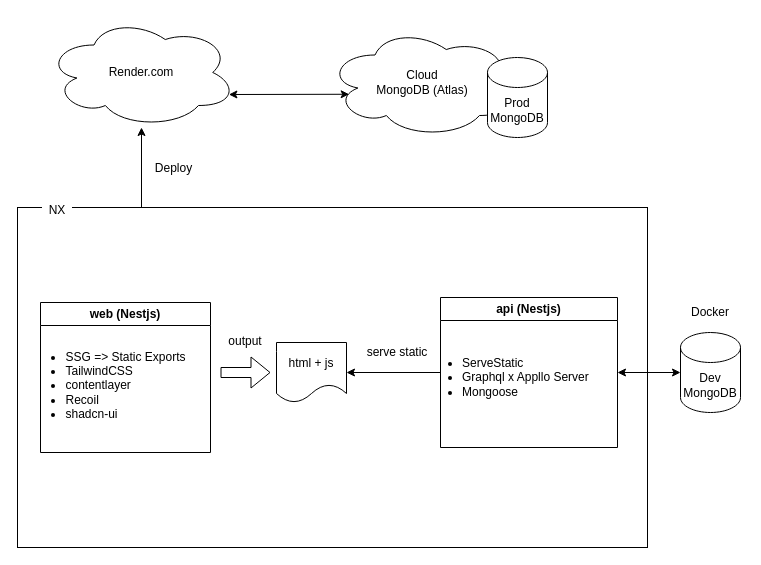
atman-33/computing-atman-v4-mk2 keeps this draw.io diagram as docs/architecture.drawio. Above is the earlier version. Source tidied: cells renumbered, new cells numbered last; positions are measured from the earlier drawing's top-left corner, leaving out a move shared by most shapes. Both pictures are drawn from the tidied source at 100%, with x=0, y=0 at pixel (17, 17).
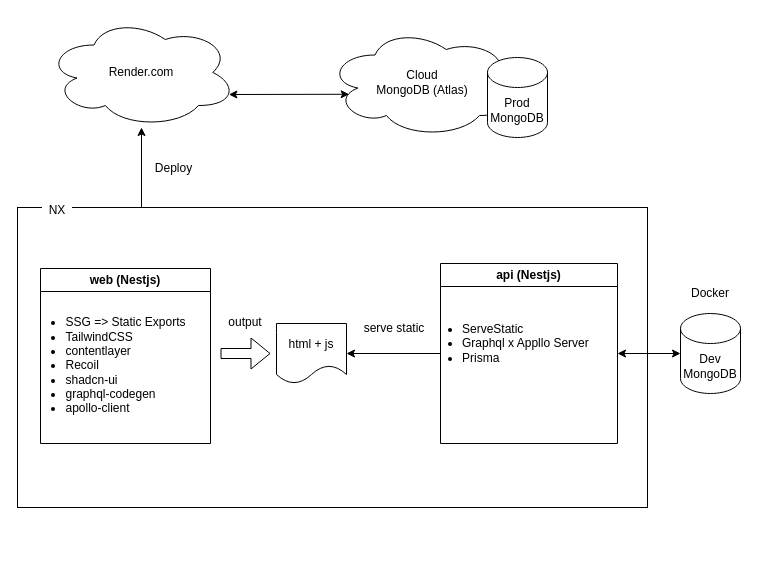
Above is the later version.

Diff of the diagram source:
```diff
@@
     <mxCell id="2" style="whiteSpace=wrap;html=1;fillColor=none;" parent="1" vertex="1">
-      <mxGeometry y="190" width="630" height="340" as="geometry" />
+      <mxGeometry y="190" width="630" height="300" as="geometry" />
     </mxCell>
@@
     <mxCell id="5" value="Dev&lt;br&gt;MongoDB" style="shape=cylinder3;whiteSpace=wrap;html=1;boundedLbl=1;backgroundOutline=1;size=15;" parent="1" vertex="1">
-      <mxGeometry x="663" y="315" width="60" height="80" as="geometry" />
+      <mxGeometry x="663" y="296" width="60" height="80" as="geometry" />
     </mxCell>
@@
     <mxCell id="9" value="&lt;span style=&quot;&quot;&gt;Docker&lt;/span&gt;" style="text;html=1;strokeColor=none;fillColor=none;align=center;verticalAlign=middle;whiteSpace=wrap;rounded=0;dashed=1;spacing=0;labelPosition=center;verticalLabelPosition=middle;labelBackgroundColor=default;" parent="1" vertex="1">
-      <mxGeometry x="660" y="275" width="66" height="40" as="geometry" />
+      <mxGeometry x="660" y="256" width="66" height="40" as="geometry" />
     </mxCell>
@@
     <mxCell id="13" value="api (Nestjs)" style="swimlane;whiteSpace=wrap;html=1;" parent="1" vertex="1">
-      <mxGeometry x="423" y="280" width="177" height="150" as="geometry" />
+      <mxGeometry x="423" y="246" width="177" height="180" as="geometry" />
     </mxCell>
-    <mxCell id="14" value="&lt;ul style=&quot;&quot;&gt;&lt;li&gt;ServeStatic&lt;/li&gt;&lt;li&gt;&lt;span style=&quot;background-color: initial;&quot;&gt;Graphql x Appllo Server&lt;/span&gt;&lt;/li&gt;&lt;li&gt;Mongoose&lt;/li&gt;&lt;/ul&gt;" style="text;html=1;align=left;verticalAlign=middle;strokeColor=none;fillColor=none;spacingLeft=-30;spacing=-10;" parent="13" vertex="1">
+    <mxCell id="14" value="&lt;ul style=&quot;&quot;&gt;&lt;li&gt;ServeStatic&lt;/li&gt;&lt;li&gt;&lt;span style=&quot;background-color: initial;&quot;&gt;Graphql x Appllo Server&lt;/span&gt;&lt;/li&gt;&lt;li&gt;Prisma&lt;/li&gt;&lt;/ul&gt;" style="text;html=1;align=left;verticalAlign=middle;strokeColor=none;fillColor=none;spacingLeft=-30;spacing=-10;" parent="13" vertex="1">
       <mxGeometry x="22" y="45" width="130" height="70" as="geometry" />
     </mxCell>
     <mxCell id="15" value="web (Nestjs)" style="swimlane;whiteSpace=wrap;html=1;" parent="1" vertex="1">
-      <mxGeometry x="23" y="285" width="170" height="150" as="geometry" />
+      <mxGeometry x="23" y="251" width="170" height="175" as="geometry" />
     </mxCell>
-    <mxCell id="16" value="&lt;ul style=&quot;text-align: left;&quot;&gt;&lt;li&gt;SSG =&amp;gt; Static Exports&lt;/li&gt;&lt;li&gt;TailwindCSS&lt;/li&gt;&lt;li&gt;contentlayer&lt;/li&gt;&lt;li&gt;Recoil&lt;/li&gt;&lt;li&gt;shadcn-ui&lt;/li&gt;&lt;/ul&gt;" style="text;html=1;align=center;verticalAlign=middle;strokeColor=none;fillColor=none;spacingLeft=-30;spacing=-10;" parent="15" vertex="1">
-      <mxGeometry x="15" y="23" width="130" height="120" as="geometry" />
+    <mxCell id="16" value="&lt;ul style=&quot;text-align: left;&quot;&gt;&lt;li&gt;SSG =&amp;gt; Static Exports&lt;/li&gt;&lt;li&gt;TailwindCSS&lt;/li&gt;&lt;li&gt;contentlayer&lt;/li&gt;&lt;li&gt;Recoil&lt;/li&gt;&lt;li&gt;shadcn-ui&lt;/li&gt;&lt;li&gt;graphql-codegen&lt;/li&gt;&lt;li&gt;apollo-client&lt;/li&gt;&lt;/ul&gt;" style="text;html=1;align=center;verticalAlign=middle;strokeColor=none;fillColor=none;spacingLeft=-30;spacing=-10;" parent="15" vertex="1">
+      <mxGeometry x="15" y="17" width="130" height="160" as="geometry" />
     </mxCell>
     <mxCell id="17" style="shape=flexArrow;endArrow=classic;html=1;" parent="1" edge="1">
       <mxGeometry relative="1" as="geometry">
-        <mxPoint x="203" y="355" as="sourcePoint" />
-        <mxPoint x="253" y="355" as="targetPoint" />
+        <mxPoint x="203" y="336" as="sourcePoint" />
+        <mxPoint x="253" y="336" as="targetPoint" />
       </mxGeometry>
     </mxCell>
     <mxCell id="18" value="output" style="text;html=1;strokeColor=none;fillColor=none;align=center;verticalAlign=middle;whiteSpace=wrap;rounded=0;dashed=1;spacing=0;labelPosition=center;verticalLabelPosition=middle;labelBackgroundColor=default;" parent="1" vertex="1">
-      <mxGeometry x="203" y="309" width="50" height="30" as="geometry" />
+      <mxGeometry x="203" y="290" width="50" height="30" as="geometry" />
     </mxCell>
     <mxCell id="19" value="html + js" style="shape=document;whiteSpace=wrap;html=1;boundedLbl=1;" parent="1" vertex="1">
-      <mxGeometry x="259" y="325" width="70" height="60" as="geometry" />
+      <mxGeometry x="259" y="306" width="70" height="60" as="geometry" />
     </mxCell>
     <mxCell id="20" value="serve static" style="text;html=1;strokeColor=none;fillColor=none;align=center;verticalAlign=middle;whiteSpace=wrap;rounded=0;dashed=1;spacing=0;labelPosition=center;verticalLabelPosition=middle;labelBackgroundColor=default;" parent="1" vertex="1">
-      <mxGeometry x="347" y="320" width="66" height="30" as="geometry" />
+      <mxGeometry x="343.5" y="296" width="66" height="30" as="geometry" />
     </mxCell>
```
